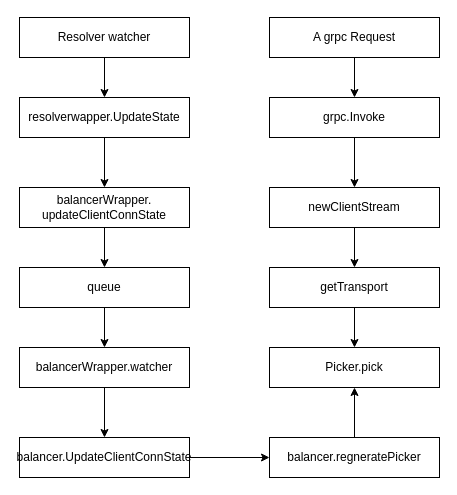
Earlier version of the draw.io diagram grpc_balancer.drawio (checkking/diagrams). Source tidied: cells renumbered, new cells numbered last; positions are measured from the earlier drawing's top-left corner, leaving out a move shared by most shapes. Both pictures are drawn from the tidied source at 100%, with x=0, y=0 at pixel (19, 17).
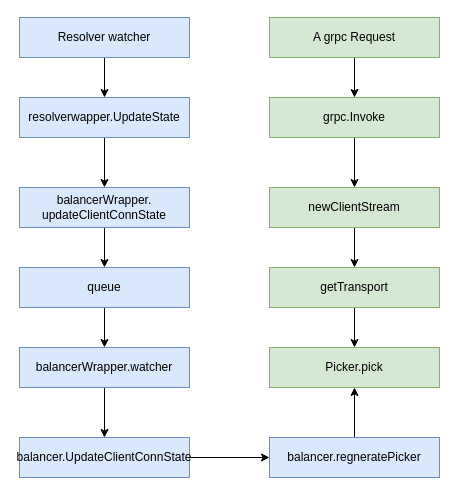
After the change.

What changed in the source:
```diff
@@
-    <mxCell id="3" value="Resolver watcher" style="rounded=0;whiteSpace=wrap;html=1;" parent="1" vertex="1">
+    <mxCell id="3" value="Resolver watcher" style="rounded=0;whiteSpace=wrap;html=1;fillColor=#dae8fc;strokeColor=#6c8ebf;" parent="1" vertex="1">
       <mxGeometry width="170" height="40" as="geometry" />
     </mxCell>
@@
-    <mxCell id="5" value="resolverwapper.UpdateState" style="rounded=0;whiteSpace=wrap;html=1;" parent="1" vertex="1">
+    <mxCell id="5" value="resolverwapper.UpdateState" style="rounded=0;whiteSpace=wrap;html=1;fillColor=#dae8fc;strokeColor=#6c8ebf;" parent="1" vertex="1">
       <mxGeometry y="80" width="170" height="40" as="geometry" />
     </mxCell>
@@
-    <mxCell id="7" value="balancerWrapper.&lt;br&gt;updateClientConnState" style="rounded=0;whiteSpace=wrap;html=1;" parent="1" vertex="1">
+    <mxCell id="7" value="balancerWrapper.&lt;br&gt;updateClientConnState" style="rounded=0;whiteSpace=wrap;html=1;fillColor=#dae8fc;strokeColor=#6c8ebf;" parent="1" vertex="1">
       <mxGeometry y="170" width="170" height="40" as="geometry" />
     </mxCell>
@@
-    <mxCell id="9" value="queue" style="rounded=0;whiteSpace=wrap;html=1;" parent="1" vertex="1">
+    <mxCell id="9" value="queue" style="rounded=0;whiteSpace=wrap;html=1;fillColor=#dae8fc;strokeColor=#6c8ebf;" parent="1" vertex="1">
       <mxGeometry y="250" width="170" height="40" as="geometry" />
     </mxCell>
@@
-    <mxCell id="11" value="balancerWrapper.watcher" style="rounded=0;whiteSpace=wrap;html=1;" parent="1" vertex="1">
+    <mxCell id="11" value="balancerWrapper.watcher" style="rounded=0;whiteSpace=wrap;html=1;fillColor=#dae8fc;strokeColor=#6c8ebf;" parent="1" vertex="1">
       <mxGeometry y="330" width="170" height="40" as="geometry" />
     </mxCell>
@@
-    <mxCell id="13" value="balancer.UpdateClientConnState" style="rounded=0;whiteSpace=wrap;html=1;" parent="1" vertex="1">
+    <mxCell id="13" value="balancer.UpdateClientConnState" style="rounded=0;whiteSpace=wrap;html=1;fillColor=#dae8fc;strokeColor=#6c8ebf;" parent="1" vertex="1">
       <mxGeometry y="420" width="170" height="40" as="geometry" />
     </mxCell>
@@
-    <mxCell id="15" value="balancer.regneratePicker" style="rounded=0;whiteSpace=wrap;html=1;" parent="1" vertex="1">
+    <mxCell id="15" value="balancer.regneratePicker" style="rounded=0;whiteSpace=wrap;html=1;fillColor=#dae8fc;strokeColor=#6c8ebf;" parent="1" vertex="1">
       <mxGeometry x="250" y="420" width="170" height="40" as="geometry" />
     </mxCell>
-    <mxCell id="16" value="Picker.pick" style="rounded=0;whiteSpace=wrap;html=1;" parent="1" vertex="1">
+    <mxCell id="16" value="Picker.pick" style="rounded=0;whiteSpace=wrap;html=1;fillColor=#d5e8d4;strokeColor=#82b366;" parent="1" vertex="1">
       <mxGeometry x="250" y="330" width="170" height="40" as="geometry" />
     </mxCell>
@@
-    <mxCell id="18" value="grpc.Invoke" style="rounded=0;whiteSpace=wrap;html=1;" parent="1" vertex="1">
+    <mxCell id="18" value="grpc.Invoke" style="rounded=0;whiteSpace=wrap;html=1;fillColor=#d5e8d4;strokeColor=#82b366;" parent="1" vertex="1">
       <mxGeometry x="250" y="80" width="170" height="40" as="geometry" />
     </mxCell>
@@
-    <mxCell id="20" value="A grpc Request" style="rounded=0;whiteSpace=wrap;html=1;" parent="1" vertex="1">
+    <mxCell id="20" value="A grpc Request" style="rounded=0;whiteSpace=wrap;html=1;fillColor=#d5e8d4;strokeColor=#82b366;" parent="1" vertex="1">
       <mxGeometry x="250" width="170" height="40" as="geometry" />
     </mxCell>
@@
-    <mxCell id="22" value="newClientStream" style="rounded=0;whiteSpace=wrap;html=1;" parent="1" vertex="1">
+    <mxCell id="22" value="newClientStream" style="rounded=0;whiteSpace=wrap;html=1;fillColor=#d5e8d4;strokeColor=#82b366;" parent="1" vertex="1">
       <mxGeometry x="250" y="170" width="170" height="40" as="geometry" />
     </mxCell>
@@
-    <mxCell id="24" value="getTransport" style="rounded=0;whiteSpace=wrap;html=1;" parent="1" vertex="1">
+    <mxCell id="24" value="getTransport" style="rounded=0;whiteSpace=wrap;html=1;fillColor=#d5e8d4;strokeColor=#82b366;" parent="1" vertex="1">
       <mxGeometry x="250" y="250" width="170" height="40" as="geometry" />
     </mxCell>
```
